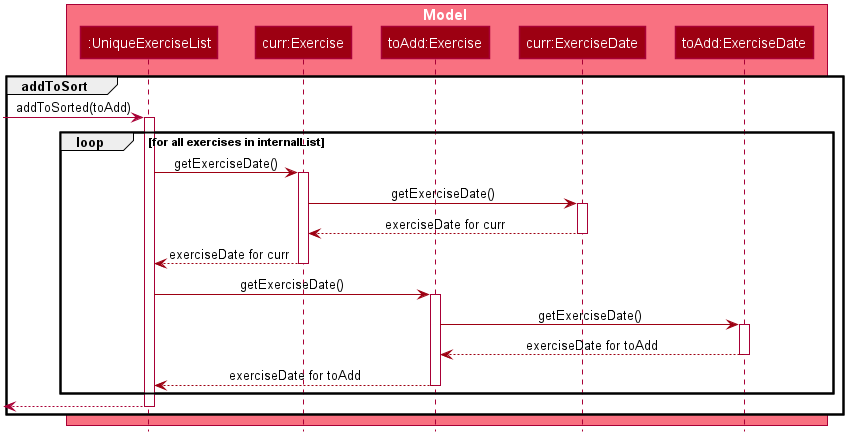
This is docs/images/AddExerciseCommandSequenceDiagramPart2.png from tohkerwei/main, a PlantUML export, as it was before one commit.
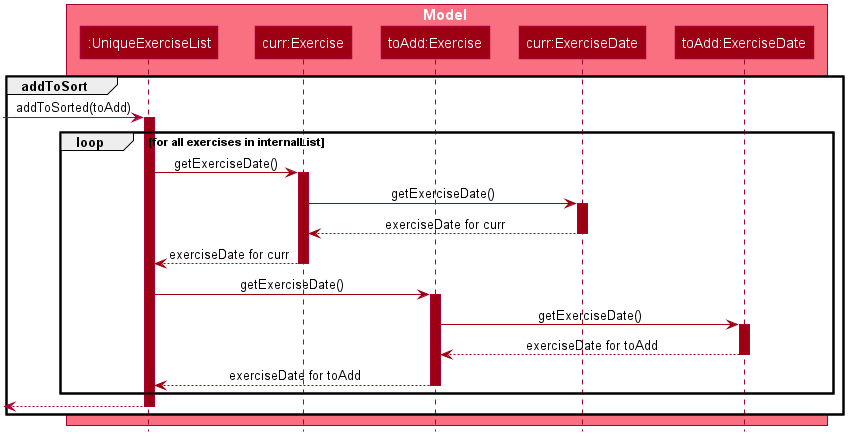
The same diagram one commit later.

Change to the diagram source:
```diff
@@ -60,15 +60,15 @@
 
 group addToSort
     [-> exerciseList: addToSorted(toAdd)
-    activate exerciseList
+    activate exerciseList #9D0012
 
     loop for all exercises in internalList
 
         exerciseList -[#9D0012]> currExercise :getExerciseDate()
-        activate currExercise
+        activate currExercise #9D0012
 
         currExercise -[#9D0012]> currExerciseDate :getExerciseDate()
-        activate currExerciseDate
+        activate currExerciseDate #9D0012
 
         currExerciseDate --[#9D0012]> currExercise : exerciseDate for curr
         deactivate currExerciseDate
@@ -77,10 +77,10 @@
         deactivate currExercise
 
         exerciseList -[#9D0012]> toAddExercise : getExerciseDate()
-        activate toAddExercise
+        activate toAddExercise #9D0012
 
         toAddExercise -[#9D0012]> toAddExerciseDate : getExerciseDate()
-        activate toAddExerciseDate
+        activate toAddExerciseDate #9D0012
 
         toAddExerciseDate --[#9D0012]> toAddExercise : exerciseDate for toAdd
         deactivate toAddExerciseDate
```
